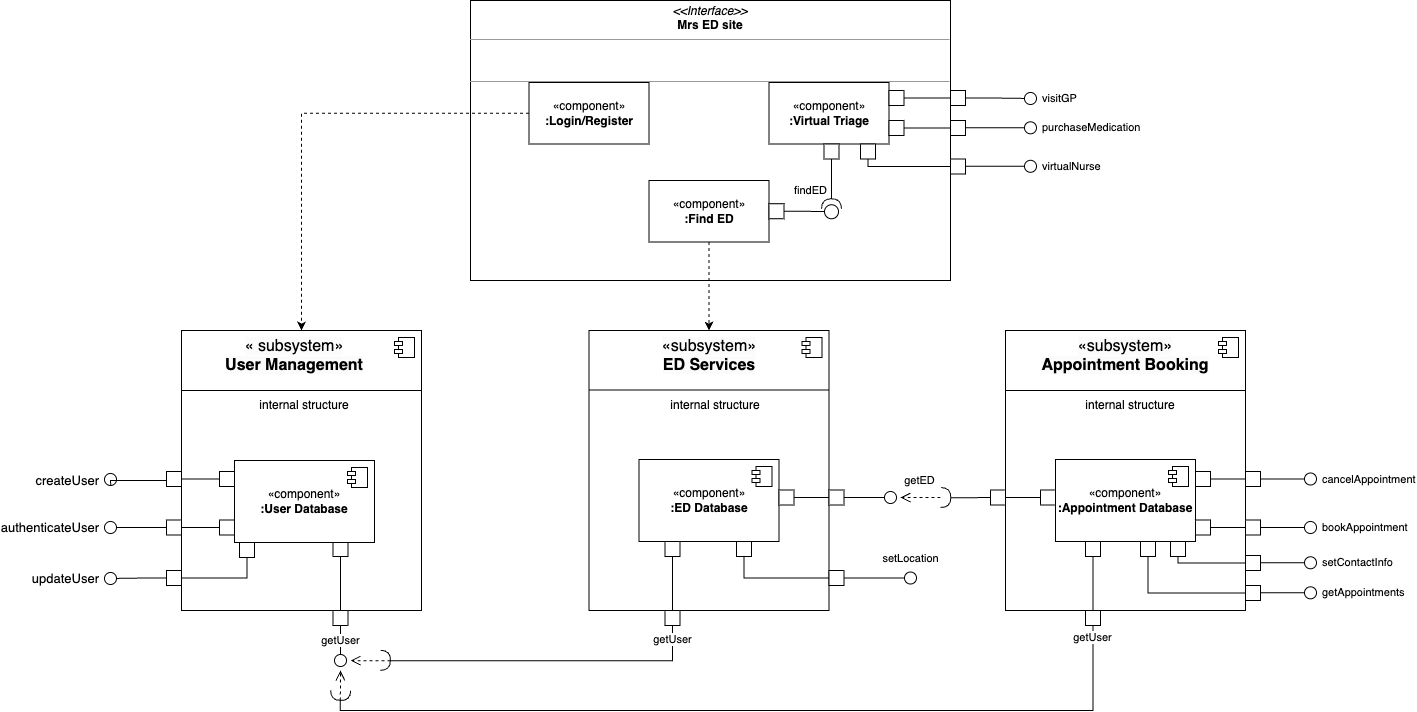
Above: diagrams/Component_Diagram.drawio.png in uvic-teach/project-m1-team6 (draw.io), before the change. Source tidied: cells renumbered, new cells last; positions are measured from the earlier drawing's top-left corner, leaving out a move shared by most shapes.
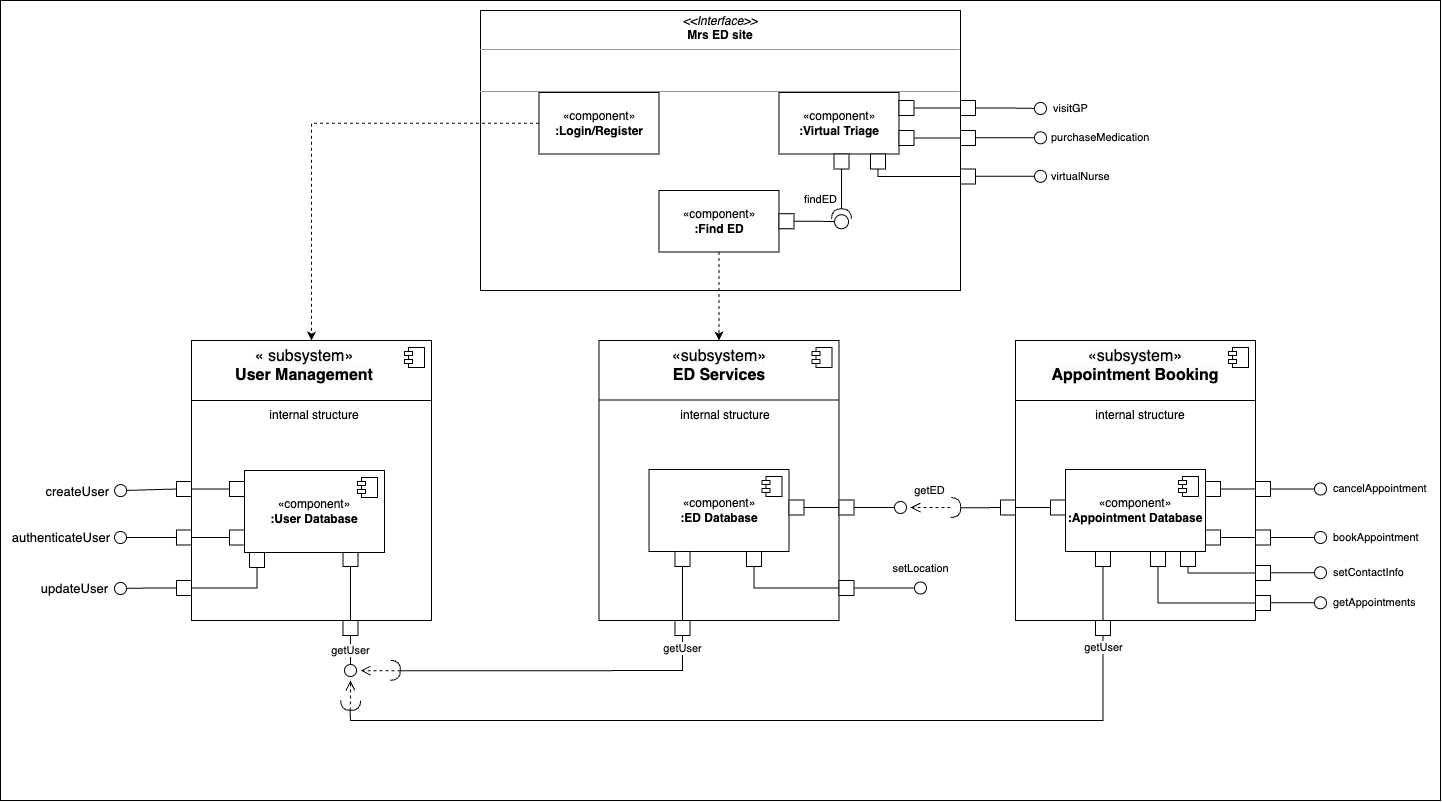
The same file after the commit.

Change to the diagram source:
```diff
@@ -442,5 +442,8 @@
         <mxPoint x="10" y="10" as="offset" />
       </mxGeometry>
     </mxCell>
+    <mxCell id="111" style="rounded=0;whiteSpace=wrap;html=1;fillColor=none;" parent="1" vertex="1">
+      <mxGeometry x="-80" y="-10" width="1440" height="800" as="geometry" />
+    </mxCell>
   </root>
 </mxGraphModel>
```
